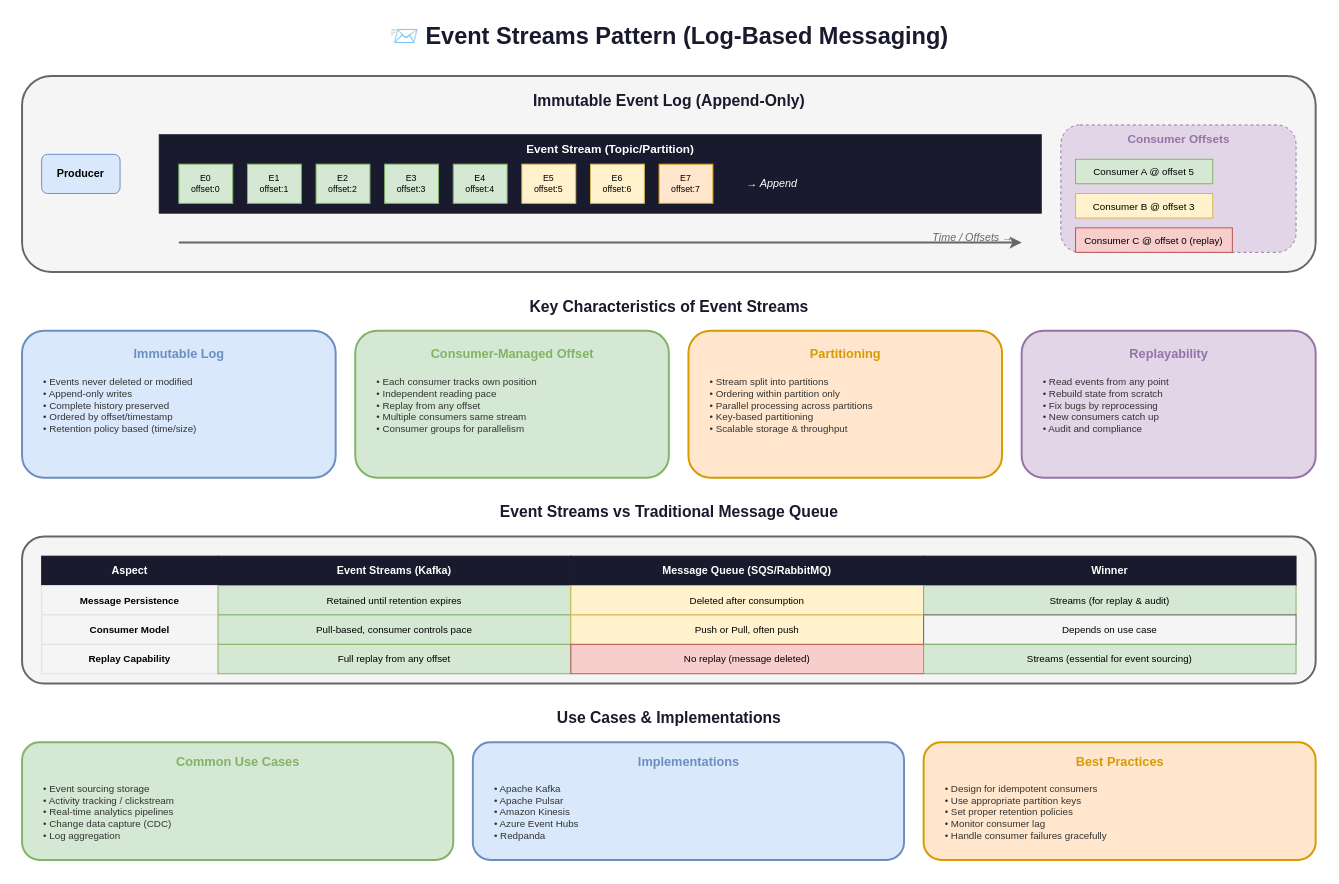
Before: lesson-02-event-driven-architecture/05-async-communication-patterns/5.3-event-streams-pattern.drawio in MrParkerZ7/document-lesson-software-architect-x-claude, a draw.io diagram. Source tidied: cells renumbered, new cells numbered last; positions are measured from the earlier drawing's top-left corner, leaving out a move shared by most shapes. Both pictures are drawn from the tidied source at 98%, with x=0, y=0 at pixel (22, 17).
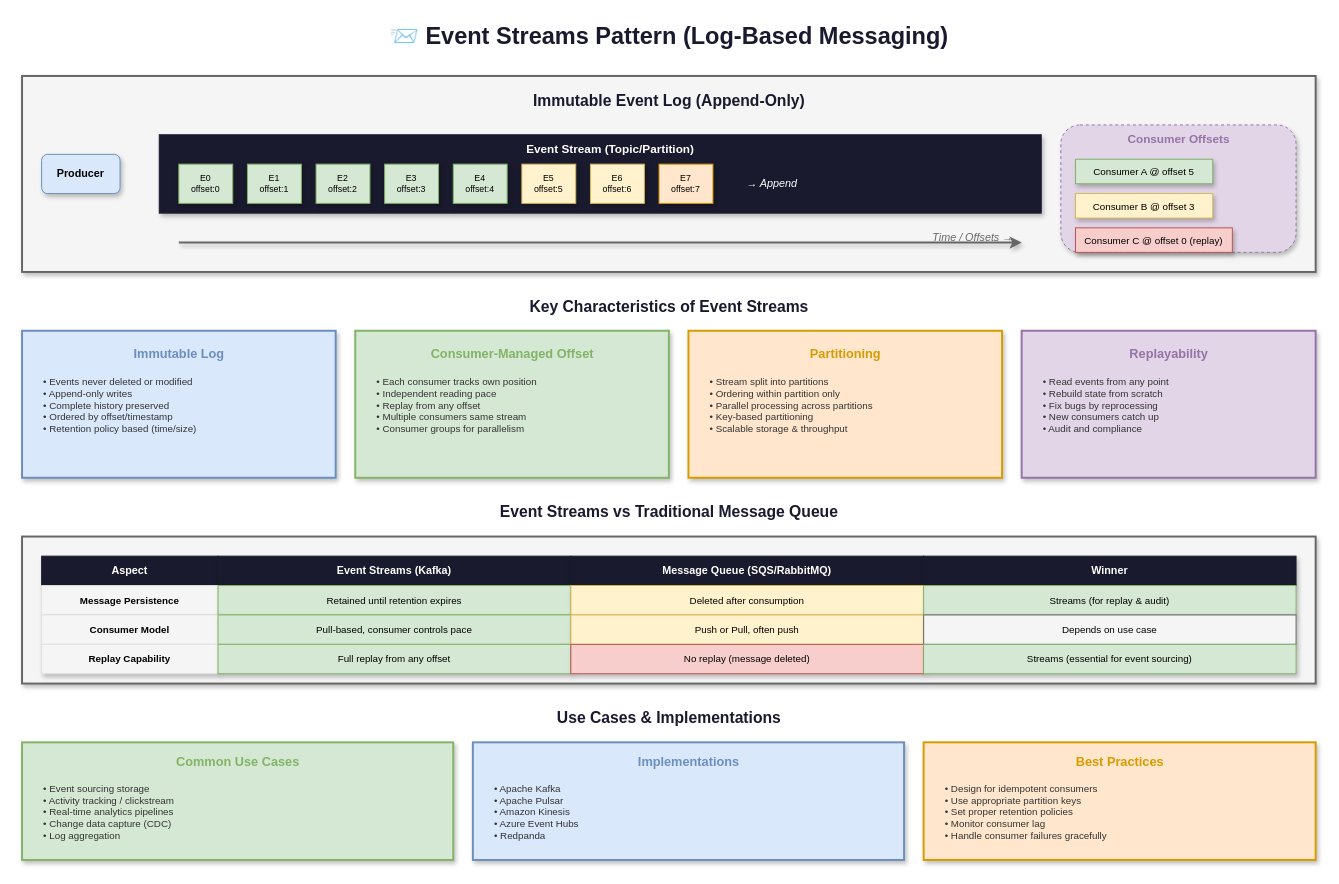
Above is the later version.

Change to the diagram source:
```diff
@@
-    <mxCell id="3" style="rounded=1;whiteSpace=wrap;html=1;fillColor=#f5f5f5;strokeColor=#666666;strokeWidth=2;" parent="1" vertex="1">
+    <mxCell id="3" style="rounded=0;whiteSpace=wrap;html=1;fillColor=#f5f5f5;strokeColor=#666666;strokeWidth=2;shadow=1;" parent="1" vertex="1">
       <mxGeometry y="60" width="1320" height="200" as="geometry" />
     </mxCell>
@@
-    <mxCell id="5" value="Producer" style="rounded=1;whiteSpace=wrap;html=1;fillColor=#dae8fc;strokeColor=#6c8ebf;fontSize=11;fontStyle=1;" parent="1" vertex="1">
+    <mxCell id="5" value="Producer" style="rounded=1;whiteSpace=wrap;html=1;fillColor=#dae8fc;strokeColor=#6c8ebf;fontSize=11;fontStyle=1;shadow=1;" parent="1" vertex="1">
       <mxGeometry x="20" y="140" width="80" height="40" as="geometry" />
     </mxCell>
-    <mxCell id="6" style="rounded=0;whiteSpace=wrap;html=1;fillColor=#1a1a2e;strokeColor=#1a1a2e;" parent="1" vertex="1">
+    <mxCell id="6" style="rounded=0;whiteSpace=wrap;html=1;fillColor=#1a1a2e;strokeColor=#1a1a2e;shadow=1;" parent="1" vertex="1">
       <mxGeometry x="140" y="120" width="900" height="80" as="geometry" />
     </mxCell>
@@
-    <mxCell id="8" value="E0&#10;offset:0" style="rounded=0;whiteSpace=wrap;html=1;fillColor=#d5e8d4;strokeColor=#82b366;fontSize=9;" parent="1" vertex="1">
+    <mxCell id="8" value="E0&#10;offset:0" style="rounded=0;whiteSpace=wrap;html=1;fillColor=#d5e8d4;strokeColor=#82b366;fontSize=9;shadow=1;" parent="1" vertex="1">
       <mxGeometry x="160" y="150" width="55" height="40" as="geometry" />
     </mxCell>
-    <mxCell id="9" value="E1&#10;offset:1" style="rounded=0;whiteSpace=wrap;html=1;fillColor=#d5e8d4;strokeColor=#82b366;fontSize=9;" parent="1" vertex="1">
+    <mxCell id="9" value="E1&#10;offset:1" style="rounded=0;whiteSpace=wrap;html=1;fillColor=#d5e8d4;strokeColor=#82b366;fontSize=9;shadow=1;" parent="1" vertex="1">
       <mxGeometry x="230" y="150" width="55" height="40" as="geometry" />
     </mxCell>
-    <mxCell id="10" value="E2&#10;offset:2" style="rounded=0;whiteSpace=wrap;html=1;fillColor=#d5e8d4;strokeColor=#82b366;fontSize=9;" parent="1" vertex="1">
+    <mxCell id="10" value="E2&#10;offset:2" style="rounded=0;whiteSpace=wrap;html=1;fillColor=#d5e8d4;strokeColor=#82b366;fontSize=9;shadow=1;" parent="1" vertex="1">
       <mxGeometry x="300" y="150" width="55" height="40" as="geometry" />
     </mxCell>
-    <mxCell id="11" value="E3&#10;offset:3" style="rounded=0;whiteSpace=wrap;html=1;fillColor=#d5e8d4;strokeColor=#82b366;fontSize=9;" parent="1" vertex="1">
+    <mxCell id="11" value="E3&#10;offset:3" style="rounded=0;whiteSpace=wrap;html=1;fillColor=#d5e8d4;strokeColor=#82b366;fontSize=9;shadow=1;" parent="1" vertex="1">
       <mxGeometry x="370" y="150" width="55" height="40" as="geometry" />
     </mxCell>
-    <mxCell id="12" value="E4&#10;offset:4" style="rounded=0;whiteSpace=wrap;html=1;fillColor=#d5e8d4;strokeColor=#82b366;fontSize=9;" parent="1" vertex="1">
+    <mxCell id="12" value="E4&#10;offset:4" style="rounded=0;whiteSpace=wrap;html=1;fillColor=#d5e8d4;strokeColor=#82b366;fontSize=9;shadow=1;" parent="1" vertex="1">
       <mxGeometry x="440" y="150" width="55" height="40" as="geometry" />
     </mxCell>
-    <mxCell id="13" value="E5&#10;offset:5" style="rounded=0;whiteSpace=wrap;html=1;fillColor=#fff2cc;strokeColor=#d6b656;fontSize=9;" parent="1" vertex="1">
+    <mxCell id="13" value="E5&#10;offset:5" style="rounded=0;whiteSpace=wrap;html=1;fillColor=#fff2cc;strokeColor=#d6b656;fontSize=9;shadow=1;" parent="1" vertex="1">
       <mxGeometry x="510" y="150" width="55" height="40" as="geometry" />
     </mxCell>
-    <mxCell id="14" value="E6&#10;offset:6" style="rounded=0;whiteSpace=wrap;html=1;fillColor=#fff2cc;strokeColor=#d6b656;fontSize=9;" parent="1" vertex="1">
+    <mxCell id="14" value="E6&#10;offset:6" style="rounded=0;whiteSpace=wrap;html=1;fillColor=#fff2cc;strokeColor=#d6b656;fontSize=9;shadow=1;" parent="1" vertex="1">
       <mxGeometry x="580" y="150" width="55" height="40" as="geometry" />
     </mxCell>
-    <mxCell id="15" value="E7&#10;offset:7" style="rounded=0;whiteSpace=wrap;html=1;fillColor=#ffe6cc;strokeColor=#d79b00;fontSize=9;" parent="1" vertex="1">
+    <mxCell id="15" value="E7&#10;offset:7" style="rounded=0;whiteSpace=wrap;html=1;fillColor=#ffe6cc;strokeColor=#d79b00;fontSize=9;shadow=1;" parent="1" vertex="1">
       <mxGeometry x="650" y="150" width="55" height="40" as="geometry" />
     </mxCell>
@@
-    <mxCell id="17" style="endArrow=classic;html=1;strokeWidth=2;strokeColor=#666666;" parent="1" edge="1">
+    <mxCell id="17" style="endArrow=classic;html=1;strokeWidth=2;strokeColor=#666666;shadow=1;curved=1;flowAnimation=1;jumpStyle=arc;" parent="1" edge="1">
       <mxGeometry relative="1" as="geometry">
         <mxPoint x="160" y="230" as="sourcePoint" />
         <mxPoint x="1020" y="230" as="targetPoint" />
       </mxGeometry>
     </mxCell>
@@
-    <mxCell id="19" style="rounded=1;whiteSpace=wrap;html=1;fillColor=#e1d5e7;strokeColor=#9673a6;strokeWidth=1;dashed=1;" parent="1" vertex="1">
+    <mxCell id="19" style="rounded=1;whiteSpace=wrap;html=1;fillColor=#e1d5e7;strokeColor=#9673a6;strokeWidth=1;dashed=1;shadow=1;" parent="1" vertex="1">
       <mxGeometry x="1060" y="110" width="240" height="130" as="geometry" />
     </mxCell>
@@
-    <mxCell id="21" value="Consumer A @ offset 5" style="rounded=0;whiteSpace=wrap;html=1;fillColor=#d5e8d4;strokeColor=#82b366;fontSize=10;" parent="1" vertex="1">
+    <mxCell id="21" value="Consumer A @ offset 5" style="rounded=0;whiteSpace=wrap;html=1;fillColor=#d5e8d4;strokeColor=#82b366;fontSize=10;shadow=1;" parent="1" vertex="1">
       <mxGeometry x="1075" y="145" width="140" height="25" as="geometry" />
     </mxCell>
-    <mxCell id="22" value="Consumer B @ offset 3" style="rounded=0;whiteSpace=wrap;html=1;fillColor=#fff2cc;strokeColor=#d6b656;fontSize=10;" parent="1" vertex="1">
+    <mxCell id="22" value="Consumer B @ offset 3" style="rounded=0;whiteSpace=wrap;html=1;fillColor=#fff2cc;strokeColor=#d6b656;fontSize=10;shadow=1;" parent="1" vertex="1">
       <mxGeometry x="1075" y="180" width="140" height="25" as="geometry" />
     </mxCell>
-    <mxCell id="23" value="Consumer C @ offset 0 (replay)" style="rounded=0;whiteSpace=wrap;html=1;fillColor=#f8cecc;strokeColor=#b85450;fontSize=10;" parent="1" vertex="1">
+    <mxCell id="23" value="Consumer C @ offset 0 (replay)" style="rounded=0;whiteSpace=wrap;html=1;fillColor=#f8cecc;strokeColor=#b85450;fontSize=10;shadow=1;" parent="1" vertex="1">
       <mxGeometry x="1075" y="215" width="160" height="25" as="geometry" />
     </mxCell>
@@
-    <mxCell id="25" style="rounded=1;whiteSpace=wrap;html=1;fillColor=#dae8fc;strokeColor=#6c8ebf;strokeWidth=2;" parent="1" vertex="1">
+    <mxCell id="25" style="rounded=0;whiteSpace=wrap;html=1;fillColor=#dae8fc;strokeColor=#6c8ebf;strokeWidth=2;shadow=1;" parent="1" vertex="1">
       <mxGeometry y="320" width="320" height="150" as="geometry" />
     </mxCell>
@@
-    <mxCell id="28" style="rounded=1;whiteSpace=wrap;html=1;fillColor=#d5e8d4;strokeColor=#82b366;strokeWidth=2;" parent="1" vertex="1">
+    <mxCell id="28" style="rounded=0;whiteSpace=wrap;html=1;fillColor=#d5e8d4;strokeColor=#82b366;strokeWidth=2;shadow=1;" parent="1" vertex="1">
       <mxGeometry x="340" y="320" width="320" height="150" as="geometry" />
     </mxCell>
@@
-    <mxCell id="31" style="rounded=1;whiteSpace=wrap;html=1;fillColor=#ffe6cc;strokeColor=#d79b00;strokeWidth=2;" parent="1" vertex="1">
+    <mxCell id="31" style="rounded=0;whiteSpace=wrap;html=1;fillColor=#ffe6cc;strokeColor=#d79b00;strokeWidth=2;shadow=1;" parent="1" vertex="1">
       <mxGeometry x="680" y="320" width="320" height="150" as="geometry" />
     </mxCell>
@@
-    <mxCell id="34" style="rounded=1;whiteSpace=wrap;html=1;fillColor=#e1d5e7;strokeColor=#9673a6;strokeWidth=2;" parent="1" vertex="1">
+    <mxCell id="34" style="rounded=0;whiteSpace=wrap;html=1;fillColor=#e1d5e7;strokeColor=#9673a6;strokeWidth=2;shadow=1;" parent="1" vertex="1">
       <mxGeometry x="1020" y="320" width="300" height="150" as="geometry" />
     </mxCell>
@@
-    <mxCell id="38" style="rounded=1;whiteSpace=wrap;html=1;fillColor=#f5f5f5;strokeColor=#666666;strokeWidth=2;" parent="1" vertex="1">
+    <mxCell id="38" style="rounded=0;whiteSpace=wrap;html=1;fillColor=#f5f5f5;strokeColor=#666666;strokeWidth=2;shadow=1;" parent="1" vertex="1">
       <mxGeometry y="530" width="1320" height="150" as="geometry" />
     </mxCell>
-    <mxCell id="39" value="Aspect" style="rounded=0;whiteSpace=wrap;html=1;fillColor=#1a1a2e;strokeColor=#1a1a2e;fontColor=#ffffff;fontStyle=1;fontSize=11;" parent="1" vertex="1">
+    <mxCell id="39" value="Aspect" style="rounded=0;whiteSpace=wrap;html=1;fillColor=#1a1a2e;strokeColor=#1a1a2e;fontColor=#ffffff;fontStyle=1;fontSize=11;shadow=1;" parent="1" vertex="1">
       <mxGeometry x="20" y="550" width="180" height="30" as="geometry" />
     </mxCell>
-    <mxCell id="40" value="Event Streams (Kafka)" style="rounded=0;whiteSpace=wrap;html=1;fillColor=#1a1a2e;strokeColor=#1a1a2e;fontColor=#ffffff;fontStyle=1;fontSize=11;" parent="1" vertex="1">
+    <mxCell id="40" value="Event Streams (Kafka)" style="rounded=0;whiteSpace=wrap;html=1;fillColor=#1a1a2e;strokeColor=#1a1a2e;fontColor=#ffffff;fontStyle=1;fontSize=11;shadow=1;" parent="1" vertex="1">
       <mxGeometry x="200" y="550" width="360" height="30" as="geometry" />
     </mxCell>
-    <mxCell id="41" value="Message Queue (SQS/RabbitMQ)" style="rounded=0;whiteSpace=wrap;html=1;fillColor=#1a1a2e;strokeColor=#1a1a2e;fontColor=#ffffff;fontStyle=1;fontSize=11;" parent="1" vertex="1">
+    <mxCell id="41" value="Message Queue (SQS/RabbitMQ)" style="rounded=0;whiteSpace=wrap;html=1;fillColor=#1a1a2e;strokeColor=#1a1a2e;fontColor=#ffffff;fontStyle=1;fontSize=11;shadow=1;" parent="1" vertex="1">
       <mxGeometry x="560" y="550" width="360" height="30" as="geometry" />
     </mxCell>
-    <mxCell id="42" value="Winner" style="rounded=0;whiteSpace=wrap;html=1;fillColor=#1a1a2e;strokeColor=#1a1a2e;fontColor=#ffffff;fontStyle=1;fontSize=11;" parent="1" vertex="1">
+    <mxCell id="42" value="Winner" style="rounded=0;whiteSpace=wrap;html=1;fillColor=#1a1a2e;strokeColor=#1a1a2e;fontColor=#ffffff;fontStyle=1;fontSize=11;shadow=1;" parent="1" vertex="1">
       <mxGeometry x="920" y="550" width="380" height="30" as="geometry" />
     </mxCell>
-    <mxCell id="43" value="Message Persistence" style="rounded=0;whiteSpace=wrap;html=1;fillColor=#f5f5f5;strokeColor=#e0e0e0;fontSize=10;fontStyle=1;" parent="1" vertex="1">
+    <mxCell id="43" value="Message Persistence" style="rounded=0;whiteSpace=wrap;html=1;fillColor=#f5f5f5;strokeColor=#e0e0e0;fontSize=10;fontStyle=1;shadow=1;" parent="1" vertex="1">
       <mxGeometry x="20" y="580" width="180" height="30" as="geometry" />
     </mxCell>
-    <mxCell id="44" value="Retained until retention expires" style="rounded=0;whiteSpace=wrap;html=1;fillColor=#d5e8d4;strokeColor=#82b366;fontSize=10;" parent="1" vertex="1">
+    <mxCell id="44" value="Retained until retention expires" style="rounded=0;whiteSpace=wrap;html=1;fillColor=#d5e8d4;strokeColor=#82b366;fontSize=10;shadow=1;" parent="1" vertex="1">
       <mxGeometry x="200" y="580" width="360" height="30" as="geometry" />
     </mxCell>
-    <mxCell id="45" value="Deleted after consumption" style="rounded=0;whiteSpace=wrap;html=1;fillColor=#fff2cc;strokeColor=#d6b656;fontSize=10;" parent="1" vertex="1">
+    <mxCell id="45" value="Deleted after consumption" style="rounded=0;whiteSpace=wrap;html=1;fillColor=#fff2cc;strokeColor=#d6b656;fontSize=10;shadow=1;" parent="1" vertex="1">
       <mxGeometry x="560" y="580" width="360" height="30" as="geometry" />
     </mxCell>
-    <mxCell id="46" value="Streams (for replay &amp; audit)" style="rounded=0;whiteSpace=wrap;html=1;fillColor=#d5e8d4;strokeColor=#82b366;fontSize=10;" parent="1" vertex="1">
+    <mxCell id="46" value="Streams (for replay &amp; audit)" style="rounded=0;whiteSpace=wrap;html=1;fillColor=#d5e8d4;strokeColor=#82b366;fontSize=10;shadow=1;" parent="1" vertex="1">
       <mxGeometry x="920" y="580" width="380" height="30" as="geometry" />
     </mxCell>
-    <mxCell id="47" value="Consumer Model" style="rounded=0;whiteSpace=wrap;html=1;fillColor=#f5f5f5;strokeColor=#e0e0e0;fontSize=10;fontStyle=1;" parent="1" vertex="1">
+    <mxCell id="47" value="Consumer Model" style="rounded=0;whiteSpace=wrap;html=1;fillColor=#f5f5f5;strokeColor=#e0e0e0;fontSize=10;fontStyle=1;shadow=1;" parent="1" vertex="1">
       <mxGeometry x="20" y="610" width="180" height="30" as="geometry" />
     </mxCell>
-    <mxCell id="48" value="Pull-based, consumer controls pace" style="rounded=0;whiteSpace=wrap;html=1;fillColor=#d5e8d4;strokeColor=#82b366;fontSize=10;" parent="1" vertex="1">
+    <mxCell id="48" value="Pull-based, consumer controls pace" style="rounded=0;whiteSpace=wrap;html=1;fillColor=#d5e8d4;strokeColor=#82b366;fontSize=10;shadow=1;" parent="1" vertex="1">
       <mxGeometry x="200" y="610" width="360" height="30" as="geometry" />
     </mxCell>
-    <mxCell id="49" value="Push or Pull, often push" style="rounded=0;whiteSpace=wrap;html=1;fillColor=#fff2cc;strokeColor=#d6b656;fontSize=10;" parent="1" vertex="1">
+    <mxCell id="49" value="Push or Pull, often push" style="rounded=0;whiteSpace=wrap;html=1;fillColor=#fff2cc;strokeColor=#d6b656;fontSize=10;shadow=1;" parent="1" vertex="1">
       <mxGeometry x="560" y="610" width="360" height="30" as="geometry" />
     </mxCell>
-    <mxCell id="50" value="Depends on use case" style="rounded=0;whiteSpace=wrap;html=1;fillColor=#f5f5f5;strokeColor=#666666;fontSize=10;" parent="1" vertex="1">
+    <mxCell id="50" value="Depends on use case" style="rounded=0;whiteSpace=wrap;html=1;fillColor=#f5f5f5;strokeColor=#666666;fontSize=10;shadow=1;" parent="1" vertex="1">
       <mxGeometry x="920" y="610" width="380" height="30" as="geometry" />
     </mxCell>
-    <mxCell id="51" value="Replay Capability" style="rounded=0;whiteSpace=wrap;html=1;fillColor=#f5f5f5;strokeColor=#e0e0e0;fontSize=10;fontStyle=1;" parent="1" vertex="1">
+    <mxCell id="51" value="Replay Capability" style="rounded=0;whiteSpace=wrap;html=1;fillColor=#f5f5f5;strokeColor=#e0e0e0;fontSize=10;fontStyle=1;shadow=1;" parent="1" vertex="1">
       <mxGeometry x="20" y="640" width="180" height="30" as="geometry" />
     </mxCell>
-    <mxCell id="52" value="Full replay from any offset" style="rounded=0;whiteSpace=wrap;html=1;fillColor=#d5e8d4;strokeColor=#82b366;fontSize=10;" parent="1" vertex="1">
+    <mxCell id="52" value="Full replay from any offset" style="rounded=0;whiteSpace=wrap;html=1;fillColor=#d5e8d4;strokeColor=#82b366;fontSize=10;shadow=1;" parent="1" vertex="1">
       <mxGeometry x="200" y="640" width="360" height="30" as="geometry" />
     </mxCell>
-    <mxCell id="53" value="No replay (message deleted)" style="rounded=0;whiteSpace=wrap;html=1;fillColor=#f8cecc;strokeColor=#b85450;fontSize=10;" parent="1" vertex="1">
+    <mxCell id="53" value="No replay (message deleted)" style="rounded=0;whiteSpace=wrap;html=1;fillColor=#f8cecc;strokeColor=#b85450;fontSize=10;shadow=1;" parent="1" vertex="1">
       <mxGeometry x="560" y="640" width="360" height="30" as="geometry" />
     </mxCell>
-    <mxCell id="54" value="Streams (essential for event sourcing)" style="rounded=0;whiteSpace=wrap;html=1;fillColor=#d5e8d4;strokeColor=#82b366;fontSize=10;" parent="1" vertex="1">
+    <mxCell id="54" value="Streams (essential for event sourcing)" style="rounded=0;whiteSpace=wrap;html=1;fillColor=#d5e8d4;strokeColor=#82b366;fontSize=10;shadow=1;" parent="1" vertex="1">
       <mxGeometry x="920" y="640" width="380" height="30" as="geometry" />
     </mxCell>
@@
-    <mxCell id="56" style="rounded=1;whiteSpace=wrap;html=1;fillColor=#d5e8d4;strokeColor=#82b366;strokeWidth=2;" parent="1" vertex="1">
+    <mxCell id="56" style="rounded=0;whiteSpace=wrap;html=1;fillColor=#d5e8d4;strokeColor=#82b366;strokeWidth=2;shadow=1;" parent="1" vertex="1">
       <mxGeometry y="740" width="440" height="120" as="geometry" />
     </mxCell>
@@
-    <mxCell id="59" style="rounded=1;whiteSpace=wrap;html=1;fillColor=#dae8fc;strokeColor=#6c8ebf;strokeWidth=2;" parent="1" vertex="1">
+    <mxCell id="59" style="rounded=0;whiteSpace=wrap;html=1;fillColor=#dae8fc;strokeColor=#6c8ebf;strokeWidth=2;shadow=1;" parent="1" vertex="1">
       <mxGeometry x="460" y="740" width="440" height="120" as="geometry" />
     </mxCell>
@@
-    <mxCell id="62" style="rounded=1;whiteSpace=wrap;html=1;fillColor=#ffe6cc;strokeColor=#d79b00;strokeWidth=2;" parent="1" vertex="1">
+    <mxCell id="62" style="rounded=0;whiteSpace=wrap;html=1;fillColor=#ffe6cc;strokeColor=#d79b00;strokeWidth=2;shadow=1;" parent="1" vertex="1">
       <mxGeometry x="920" y="740" width="400" height="120" as="geometry" />
     </mxCell>
```
